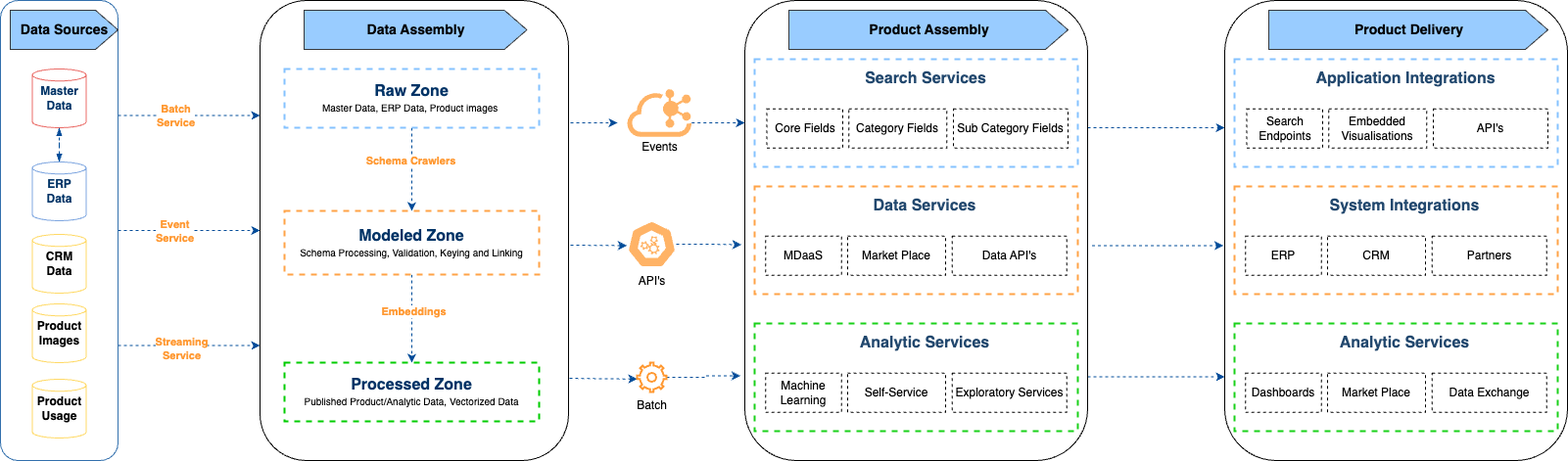
Earlier version of the draw.io export diagrams/Platform-overview.png (spdeepdata/OpenSearch-GenAI). Source tidied: cells renumbered, new cells last; positions are measured from the earlier drawing's top-left corner, leaving out a move shared by most shapes.
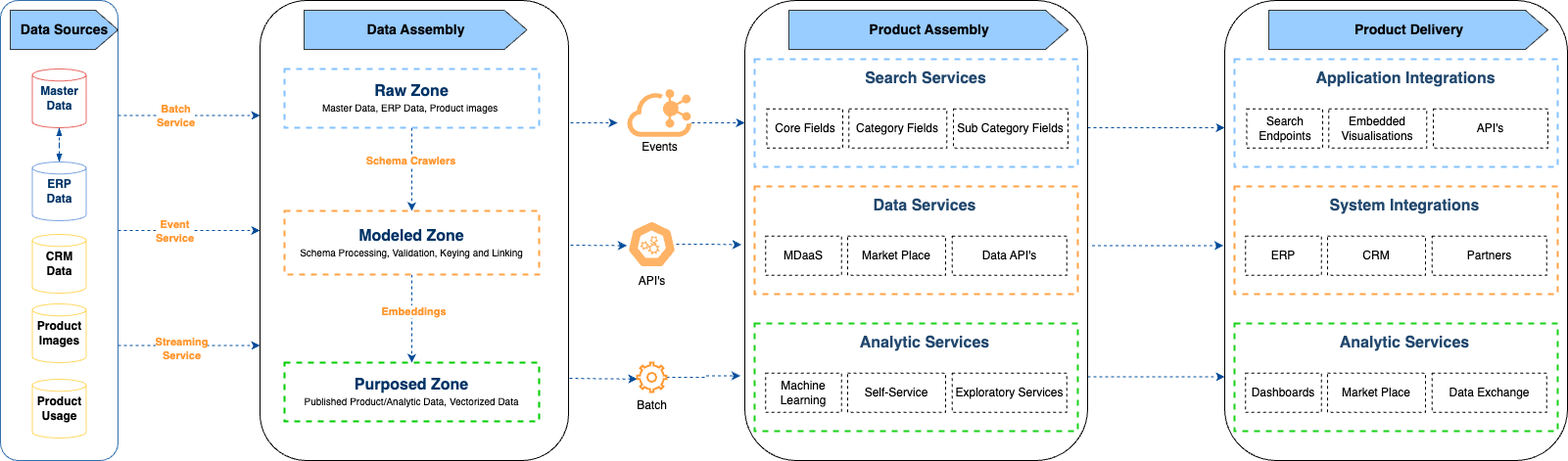
The same diagram one commit later.

Diff of the diagram source:
```diff
@@ -79,7 +79,7 @@
     <mxCell id="23" value="&lt;font style=&quot;font-size: 16px; color: rgb(0, 51, 102);&quot;&gt;&lt;b&gt;Modeled Zone&lt;/b&gt;&lt;/font&gt;&lt;div style=&quot;text-align: left;&quot;&gt;&lt;span style=&quot;font-size: 10px;&quot;&gt;Schema Processing, Validation, Keying and Linking&lt;/span&gt;&lt;/div&gt;" style="rounded=0;whiteSpace=wrap;html=1;strokeColor=#FF9933;dashed=1;strokeWidth=2;opacity=90;" parent="1" vertex="1">
       <mxGeometry x="290" y="215" width="260" height="65" as="geometry" />
     </mxCell>
-    <mxCell id="24" value="&lt;font style=&quot;font-size: 16px; color: rgb(0, 51, 102);&quot;&gt;&lt;b&gt;Processed Zone&lt;/b&gt;&lt;/font&gt;&lt;div style=&quot;text-align: left;&quot;&gt;&lt;span style=&quot;font-size: 10px;&quot;&gt;Published Product/Analytic Data, Vectorized Data&lt;/span&gt;&lt;/div&gt;" style="rounded=0;whiteSpace=wrap;html=1;dashed=1;strokeColor=#00CC00;strokeWidth=2;" parent="1" vertex="1">
+    <mxCell id="24" value="&lt;font style=&quot;font-size: 16px; color: rgb(0, 51, 102);&quot;&gt;&lt;b&gt;Purposed Zone&lt;/b&gt;&lt;/font&gt;&lt;div style=&quot;text-align: left;&quot;&gt;&lt;span style=&quot;font-size: 10px;&quot;&gt;Published Product/Analytic Data, Vectorized Data&lt;/span&gt;&lt;/div&gt;" style="rounded=0;whiteSpace=wrap;html=1;dashed=1;strokeColor=#00CC00;strokeWidth=2;" parent="1" vertex="1">
       <mxGeometry x="290" y="370" width="260" height="60" as="geometry" />
     </mxCell>
     <mxCell id="25" style="edgeStyle=orthogonalEdgeStyle;rounded=0;orthogonalLoop=1;jettySize=auto;html=1;exitX=1;exitY=0.25;exitDx=0;exitDy=0;entryX=0;entryY=0.25;entryDx=0;entryDy=0;dashed=1;strokeColor=#004C99;strokeWidth=1;align=center;verticalAlign=middle;fontFamily=Helvetica;fontSize=11;fontColor=default;labelBackgroundColor=default;endArrow=classic;" parent="1" edge="1">
```
